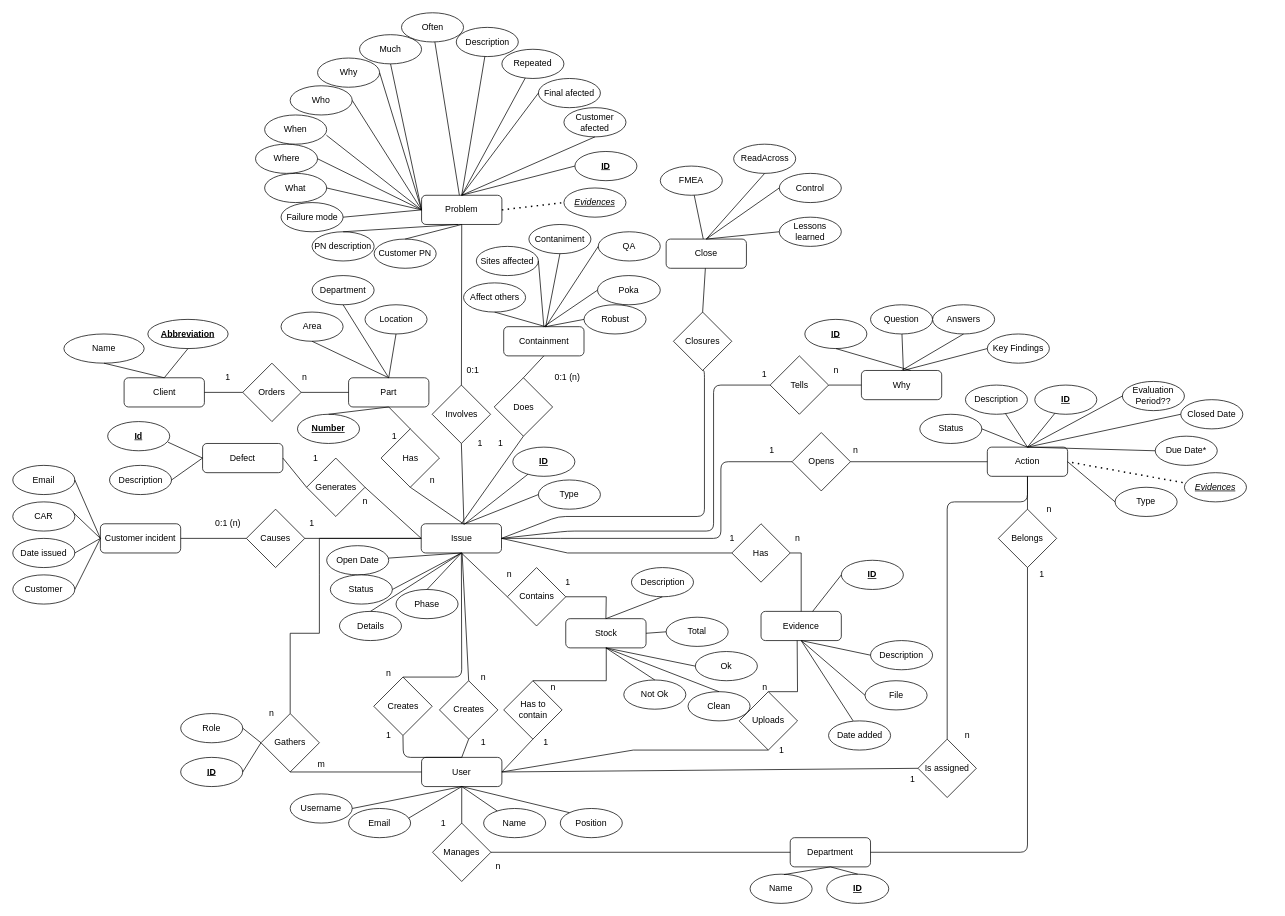
The draw.io diagram api/db/model/EntityRelationshipDiagram.drawio in FFahrenheit/ScrapActionListAPI, before the edit. Source tidied: cells renumbered, new cells numbered last; positions are measured from the earlier drawing's top-left corner, leaving out a move shared by most shapes. Both pictures are drawn from the tidied source at 73%, with x=0, y=0 at pixel (12, 12).
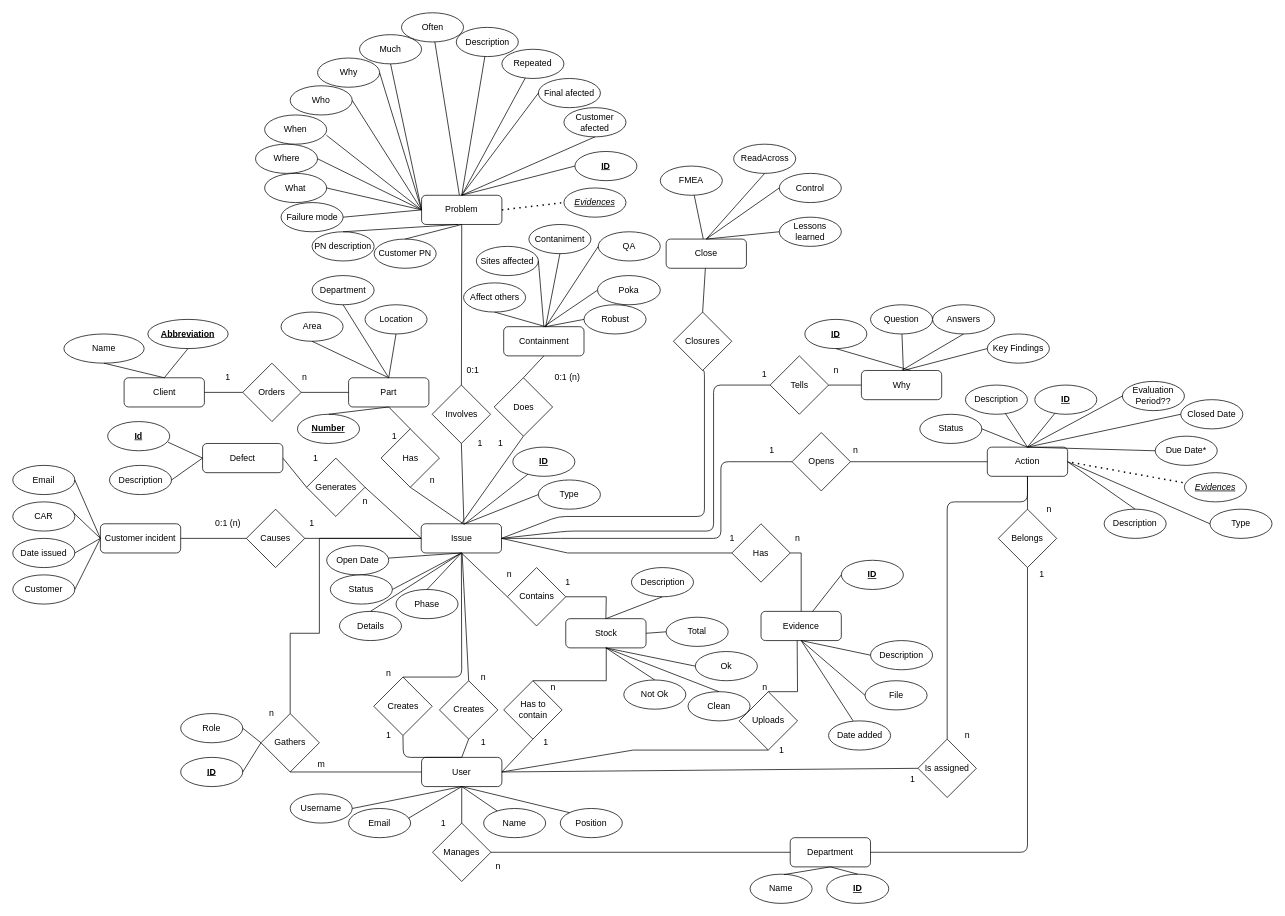
The same diagram, later.

The change refers to these unchanged cells:
```xml
<mxCell id="52" value="Action" style="rounded=1;whiteSpace=wrap;html=1;" parent="1" vertex="1">
  <mxGeometry x="1335" y="595" width="110" height="40" as="geometry" />
</mxCell>
```

Change to the diagram source:
```diff
@@
     <mxCell id="238" value="Type" style="ellipse;whiteSpace=wrap;html=1;" parent="1" vertex="1">
-      <mxGeometry x="1510" y="650" width="85" height="40" as="geometry" />
+      <mxGeometry x="1640" y="680" width="85" height="40" as="geometry" />
     </mxCell>
@@
+    <mxCell id="255" value="Description" style="ellipse;whiteSpace=wrap;html=1;" parent="1" vertex="1">
+      <mxGeometry x="1495" y="680" width="85" height="40" as="geometry" />
+    </mxCell>
+    <mxCell id="256" style="endArrow=none;html=1;rounded=0;entryX=1;entryY=0.5;entryDx=0;entryDy=0;exitX=0.5;exitY=0;exitDx=0;exitDy=0;" parent="1" edge="1" source="255" target="52">
+      <mxGeometry relative="1" as="geometry" />
+    </mxCell>
```
